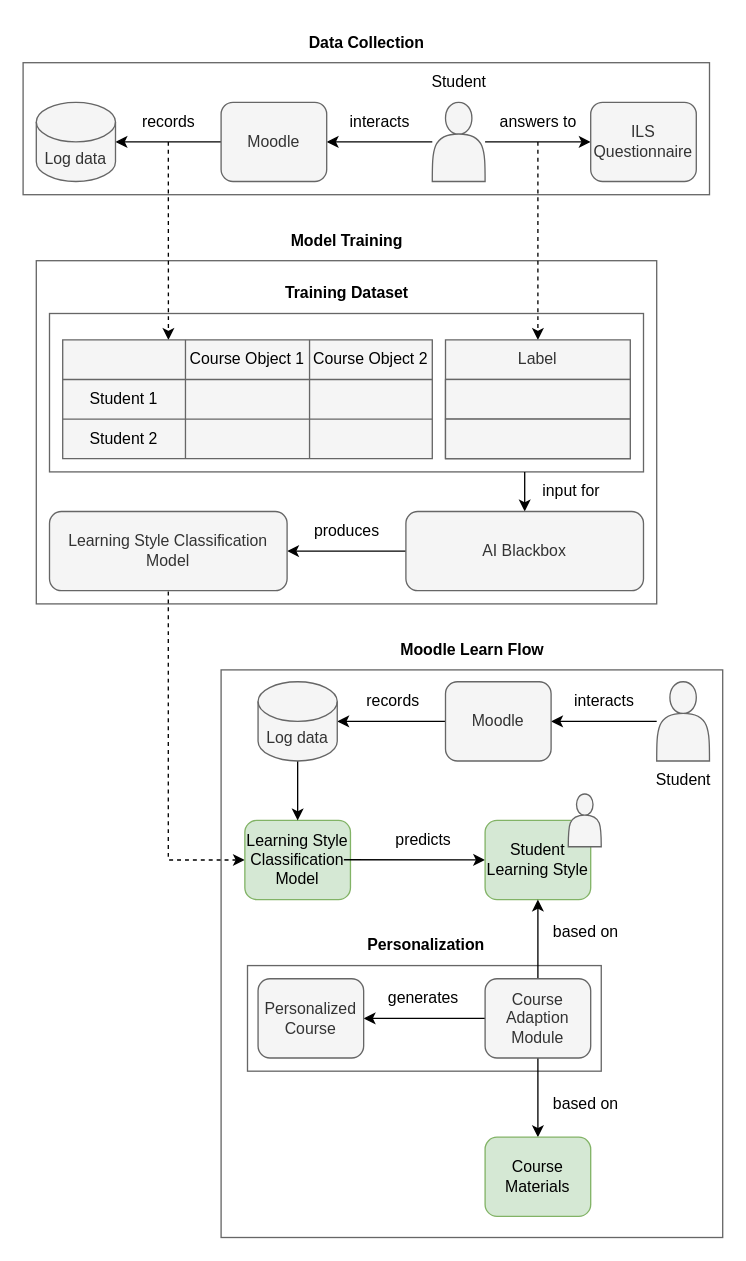
Earlier version of the draw.io diagram concept.drawio (Maxkie1/Personalized_Learning). Source tidied: cells renumbered, new cells numbered last; positions are measured from the earlier drawing's top-left corner, leaving out a move shared by most shapes. Both pictures are drawn from the tidied source at 132%, with x=0, y=0 at pixel (22, 22).
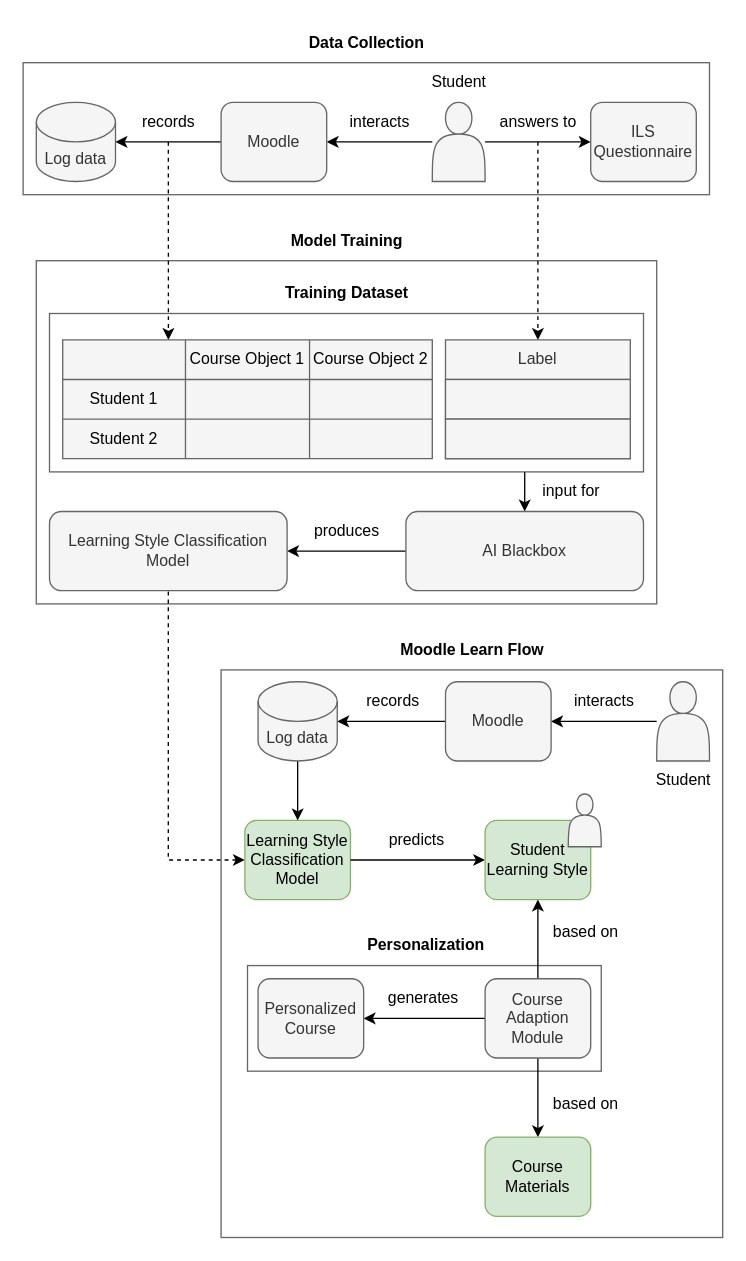
Above is the later version.

Unchanged cells that the change refers to:
```xml
<mxCell id="43" value="Learning Style Classification Model" style="rounded=1;whiteSpace=wrap;html=1;fillColor=#d5e8d4;strokeColor=#82b366;" parent="1" vertex="1">
  <mxGeometry x="168" y="604" width="80" height="60" as="geometry" />
</mxCell>
<mxCell id="46" value="&lt;font color=&quot;#000000&quot;&gt;Student Learning Style&lt;/font&gt;" style="rounded=1;whiteSpace=wrap;html=1;fillColor=#d5e8d4;strokeColor=#82b366;" parent="1" vertex="1">
  <mxGeometry x="350" y="604" width="80" height="60" as="geometry" />
</mxCell>
```

What changed in the source:
```diff
@@
     <mxCell id="44" value="predicts" style="text;html=1;align=center;verticalAlign=middle;strokeColor=none;fillColor=none;fontColor=#000000;" parent="1" vertex="1">
-      <mxGeometry x="268" y="604" width="70" height="30" as="geometry" />
+      <mxGeometry x="263" y="604" width="70" height="30" as="geometry" />
     </mxCell>
-    <mxCell id="45" style="edgeStyle=none;html=1;fontColor=#000000;" parent="1" edge="1" target="46">
-      <mxGeometry relative="1" as="geometry">
-        <mxPoint x="243" y="633.8" as="sourcePoint" />
-      </mxGeometry>
+    <mxCell id="45" style="edgeStyle=none;html=1;fontColor=#000000;exitX=1;exitY=0.5;exitDx=0;exitDy=0;" parent="1" edge="1" source="43" target="46">
+      <mxGeometry relative="1" as="geometry" />
     </mxCell>
```
